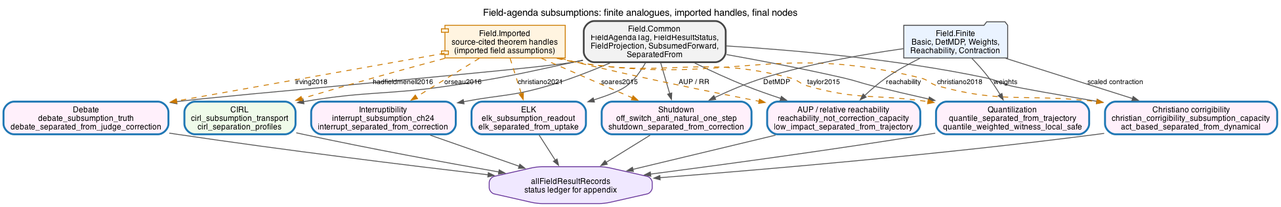
Before: figures/lean_proof/05-field-subsumptions.png, a diagram exported from Graphviz (GunnarZarncke/towards-asi-alignment). Its source is kept beside it as context/lean_proof_graphs/05-field-subsumptions.dot. The source it was exported from:
```dot
digraph Spine05FieldSubsumptions {
  graph [
    rankdir=TB,
    bgcolor="white",
    splines=true,
    overlap=false,
    fontsize=11,
    fontname="Helvetica",
    label="Field-agenda subsumptions: finite analogues, imported handles, final nodes",
    labelloc="t"
  ];
  node [shape=box, style="rounded,filled", fontname="Helvetica", fontsize=9, color="#444444"];
  edge [fontname="Helvetica", fontsize=8, color="#555555", arrowsize=0.7];

  COMMON [label="Field.Common\nFieldAgendaTag, FieldResultStatus,\nFieldProjection, SubsumedForward,\nSeparatedFrom", fillcolor="#F2F2F2", penwidth=2];
  IMPORTS [shape=component, fillcolor="#FFF4E0", color="#CC7A00",
           label="Field.Imported\nsource-cited theorem handles\n(imported field assumptions)"];
  FINITE [shape=folder, fillcolor="#EAF3FF",
          label="Field.Finite\nBasic, DetMDP, Weights,\nReachability, Contraction"];

  CIRL [label="CIRL\ncirl_subsumption_transport\ncirl_separation_profiles", fillcolor="#EFFBEA", color="#1F77B4", penwidth=2.2];
  SHUT [label="Shutdown\noff_switch_anti_natural_one_step\nshutdown_separated_from_correction", fillcolor="#FFF0FB", color="#1F77B4", penwidth=2.2];
  INT [label="Interruptibility\ninterrupt_subsumption_ch24\ninterrupt_separated_from_correction", fillcolor="#FFF0FB", color="#1F77B4", penwidth=2.2];
  CORR [label="Christiano corrigibility\nchristian_corrigibility_subsumption_capacity\nact_based_separated_from_dynamical", fillcolor="#FFF0FB", color="#1F77B4", penwidth=2.2];
  ELK [label="ELK\nelk_subsumption_readout\nelk_separated_from_uptake", fillcolor="#FFF0FB", color="#1F77B4", penwidth=2.2];
  DEB [label="Debate\ndebate_subsumption_truth\ndebate_separated_from_judge_correction", fillcolor="#FFF0FB", color="#1F77B4", penwidth=2.2];
  IMPACT [label="AUP / relative reachability\nreachability_not_correction_capacity\nlow_impact_separated_from_trajectory", fillcolor="#FFF0FB", color="#1F77B4", penwidth=2.2];
  QUANT [label="Quantilization\nquantile_separated_from_trajectory\nquantile_weighted_witness_local_safe", fillcolor="#FFF0FB", color="#1F77B4", penwidth=2.2];

  LEDGER [shape=octagon, fillcolor="#F0E8FF", color="#663399",
          label="allFieldResultRecords\nstatus ledger for appendix"];

  COMMON -> CIRL;
  COMMON -> SHUT;
  COMMON -> INT;
  COMMON -> CORR;
  COMMON -> ELK;
  COMMON -> DEB;
  COMMON -> IMPACT;
  COMMON -> QUANT;

  IMPORTS -> CIRL [style=dashed, color="#CC7A00", label="hadfieldmenell2016"];
  IMPORTS -> SHUT [style=dashed, color="#CC7A00", label="soares2015"];
  IMPORTS -> INT [style=dashed, color="#CC7A00", label="orseau2016"];
  IMPORTS -> CORR [style=dashed, color="#CC7A00", label="christiano2018"];
  IMPORTS -> ELK [style=dashed, color="#CC7A00", label="christiano2021"];
  IMPORTS -> DEB [style=dashed, color="#CC7A00", label="irving2018"];
  IMPORTS -> IMPACT [style=dashed, color="#CC7A00", label="AUP / RR"];
  IMPORTS -> QUANT [style=dashed, color="#CC7A00", label="taylor2015"];

  FINITE -> SHUT [label="DetMDP"];
  FINITE -> CORR [label="scaled contraction"];
  FINITE -> IMPACT [label="reachability"];
  FINITE -> QUANT [label="weights"];

  CIRL -> LEDGER;
  SHUT -> LEDGER;
  INT -> LEDGER;
  CORR -> LEDGER;
  ELK -> LEDGER;
  DEB -> LEDGER;
  IMPACT -> LEDGER;
  QUANT -> LEDGER;
}
```
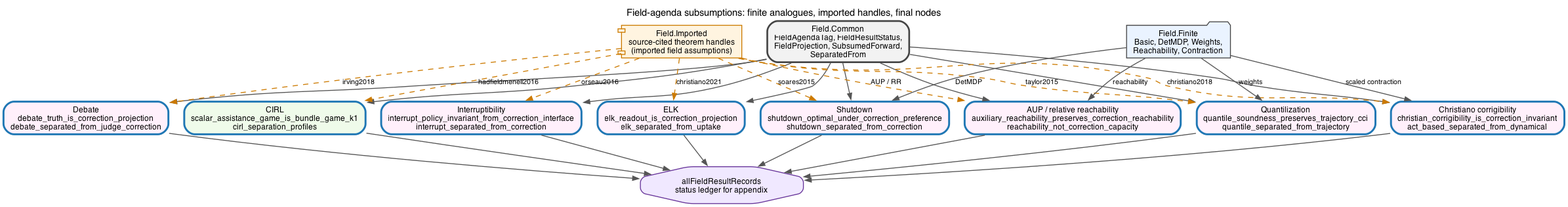
After the commit.

What changed in the source:
```diff
@@ -18,14 +18,14 @@
   FINITE [shape=folder, fillcolor="#EAF3FF",
           label="Field.Finite\nBasic, DetMDP, Weights,\nReachability, Contraction"];
 
-  CIRL [label="CIRL\ncirl_subsumption_transport\ncirl_separation_profiles", fillcolor="#EFFBEA", color="#1F77B4", penwidth=2.2];
-  SHUT [label="Shutdown\noff_switch_anti_natural_one_step\nshutdown_separated_from_correction", fillcolor="#FFF0FB", color="#1F77B4", penwidth=2.2];
-  INT [label="Interruptibility\ninterrupt_subsumption_ch24\ninterrupt_separated_from_correction", fillcolor="#FFF0FB", color="#1F77B4", penwidth=2.2];
-  CORR [label="Christiano corrigibility\nchristian_corrigibility_subsumption_capacity\nact_based_separated_from_dynamical", fillcolor="#FFF0FB", color="#1F77B4", penwidth=2.2];
-  ELK [label="ELK\nelk_subsumption_readout\nelk_separated_from_uptake", fillcolor="#FFF0FB", color="#1F77B4", penwidth=2.2];
-  DEB [label="Debate\ndebate_subsumption_truth\ndebate_separated_from_judge_correction", fillcolor="#FFF0FB", color="#1F77B4", penwidth=2.2];
-  IMPACT [label="AUP / relative reachability\nreachability_not_correction_capacity\nlow_impact_separated_from_trajectory", fillcolor="#FFF0FB", color="#1F77B4", penwidth=2.2];
-  QUANT [label="Quantilization\nquantile_separated_from_trajectory\nquantile_weighted_witness_local_safe", fillcolor="#FFF0FB", color="#1F77B4", penwidth=2.2];
+  CIRL [label="CIRL\nscalar_assistance_game_is_bundle_game_k1\ncirl_separation_profiles", fillcolor="#EFFBEA", color="#1F77B4", penwidth=2.2];
+  SHUT [label="Shutdown\nshutdown_optimal_under_correction_preference\nshutdown_separated_from_correction", fillcolor="#FFF0FB", color="#1F77B4", penwidth=2.2];
+  INT [label="Interruptibility\ninterrupt_policy_invariant_from_correction_interface\ninterrupt_separated_from_correction", fillcolor="#FFF0FB", color="#1F77B4", penwidth=2.2];
+  CORR [label="Christiano corrigibility\nchristian_corrigibility_is_correction_invariant\nact_based_separated_from_dynamical", fillcolor="#FFF0FB", color="#1F77B4", penwidth=2.2];
+  ELK [label="ELK\nelk_readout_is_correction_projection\nelk_separated_from_uptake", fillcolor="#FFF0FB", color="#1F77B4", penwidth=2.2];
+  DEB [label="Debate\ndebate_truth_is_correction_projection\ndebate_separated_from_judge_correction", fillcolor="#FFF0FB", color="#1F77B4", penwidth=2.2];
+  IMPACT [label="AUP / relative reachability\nauxiliary_reachability_preserves_correction_reachability\nreachability_not_correction_capacity", fillcolor="#FFF0FB", color="#1F77B4", penwidth=2.2];
+  QUANT [label="Quantilization\nquantile_soundness_preserves_trajectory_cci\nquantile_separated_from_trajectory", fillcolor="#FFF0FB", color="#1F77B4", penwidth=2.2];
 
   LEDGER [shape=octagon, fillcolor="#F0E8FF", color="#663399",
           label="allFieldResultRecords\nstatus ledger for appendix"];
```
